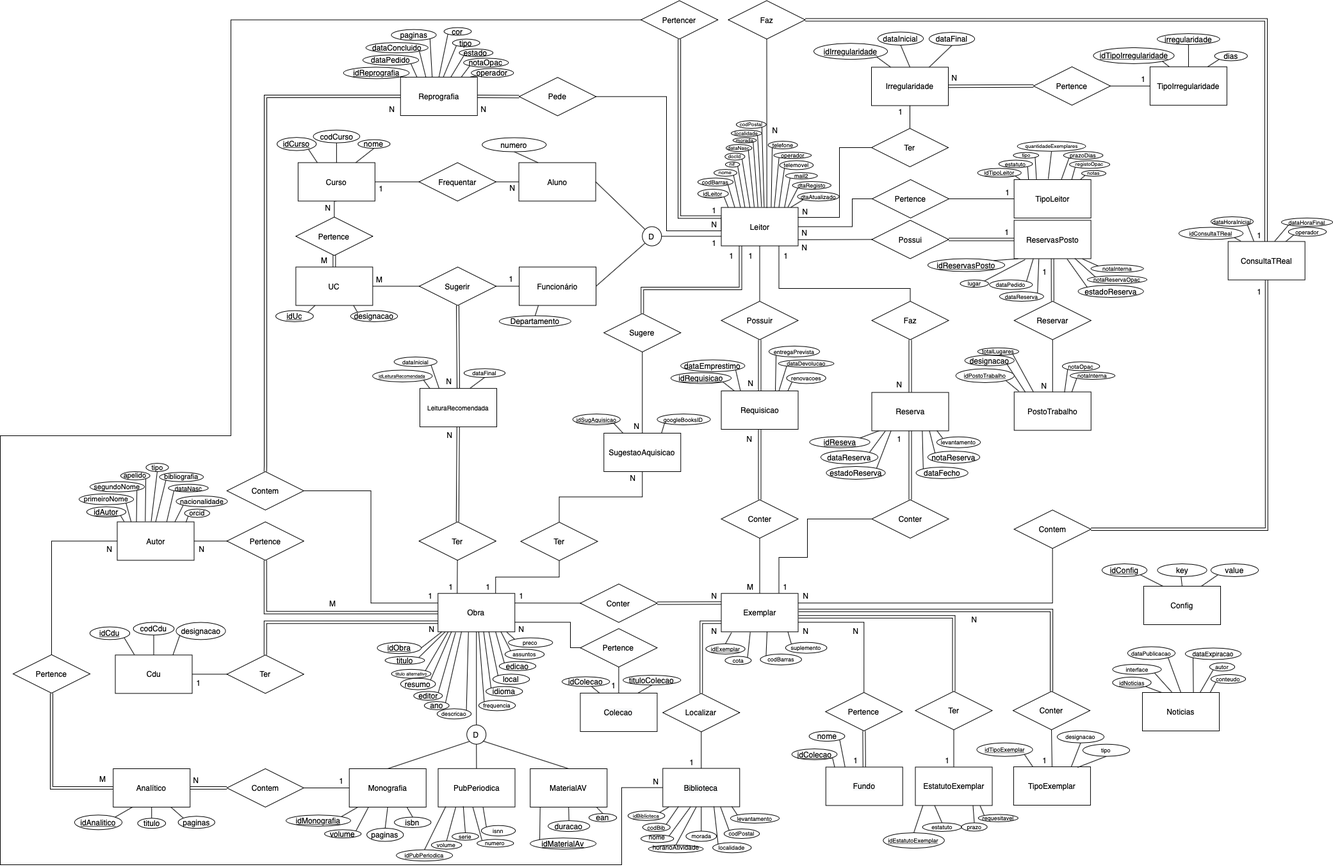
This is Documentacao/Especificacao_Sistema_Informacao/DER/DER_Saramago.png from 2180622/IPL_PSI_ProjetoFinal_SARAMAGO, a draw.io export, as it was before one commit. Source tidied: cells renumbered, new cells last; positions are measured from the earlier drawing's top-left corner, leaving out a move shared by most shapes.
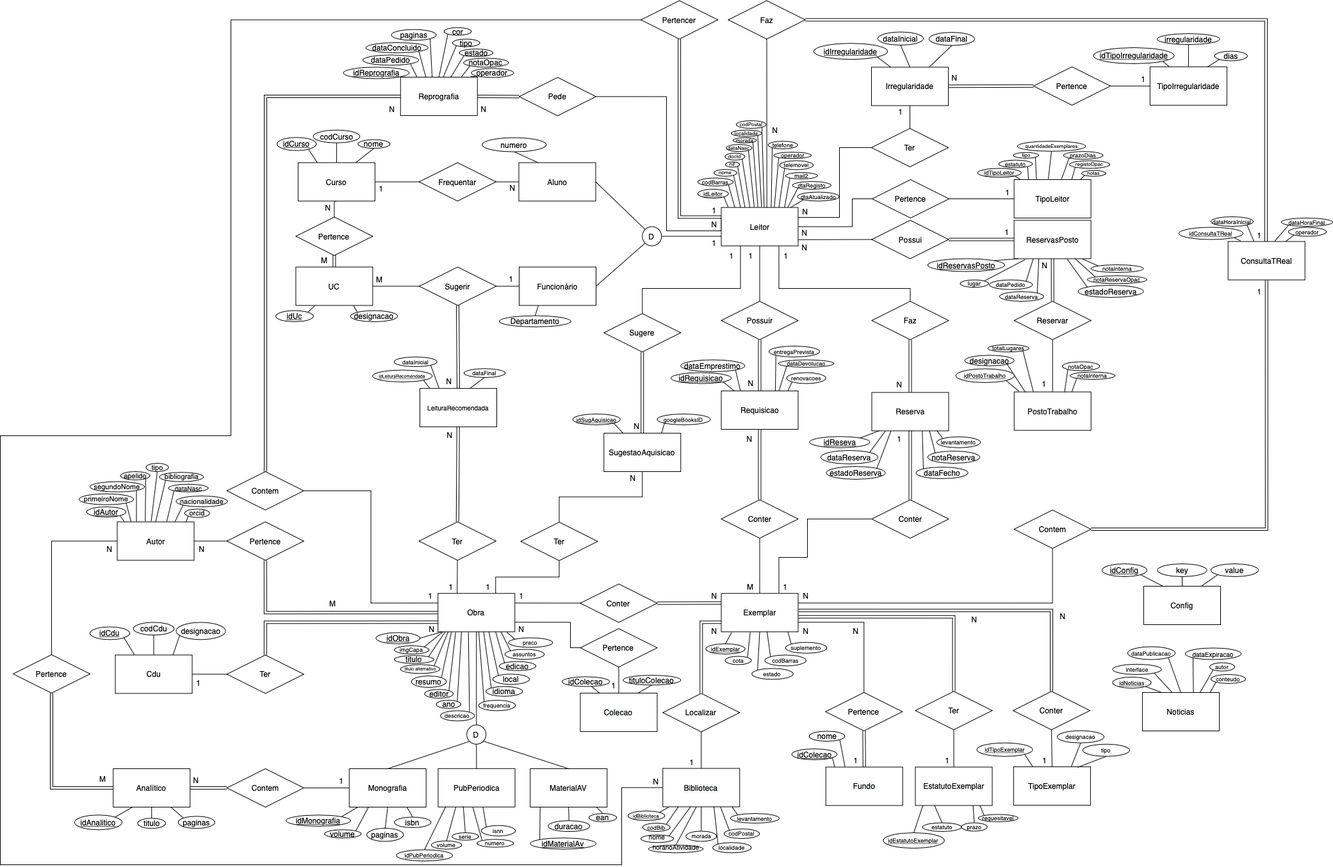
Above is the later version.

Change to the diagram source:
```diff
@@ -108,13 +108,13 @@
       <mxGeometry relative="1" as="geometry" />
     </mxCell>
     <mxCell id="28" value="idObra" style="ellipse;whiteSpace=wrap;html=1;fontStyle=4;" parent="1" vertex="1">
-      <mxGeometry x="588.5" y="1002.7" width="68.5" height="17.5" as="geometry" />
+      <mxGeometry x="586.5" y="987.4" width="68.5" height="17.5" as="geometry" />
     </mxCell>
     <mxCell id="29" style="rounded=0;jettySize=auto;html=1;endArrow=none;endFill=0;exitX=1;exitY=0;exitDx=0;exitDy=0;entryX=0.093;entryY=1.001;entryDx=0;entryDy=0;entryPerimeter=0;" parent="1" edge="1" source="30" target="26">
       <mxGeometry relative="1" as="geometry" />
     </mxCell>
     <mxCell id="30" value="titulo" style="ellipse;whiteSpace=wrap;html=1;" parent="1" vertex="1">
-      <mxGeometry x="600.8" y="1024.6" width="61.5" height="12.4" as="geometry" />
+      <mxGeometry x="615.2" y="1023.2" width="61.5" height="12.4" as="geometry" />
     </mxCell>
     <mxCell id="31" style="rounded=0;jettySize=auto;html=1;entryX=0.5;entryY=0;entryDx=0;entryDy=0;shape=link;exitX=1.006;exitY=0.442;exitDx=0;exitDy=0;exitPerimeter=0;edgeStyle=orthogonalEdgeStyle;" parent="1" edge="1" source="33" target="109">
       <mxGeometry relative="1" as="geometry" />
@@ -152,13 +152,13 @@
       <mxGeometry x="1428.5" y="1197.5" width="120" height="60" as="geometry" />
     </mxCell>
     <mxCell id="40" value="editor" style="ellipse;whiteSpace=wrap;html=1;" parent="1" vertex="1">
-      <mxGeometry x="645.5" y="1079.2" width="44.5" height="13.8" as="geometry" />
+      <mxGeometry x="662.5" y="1076.1" width="44.5" height="13.8" as="geometry" />
     </mxCell>
     <mxCell id="41" value="ano" style="ellipse;whiteSpace=wrap;html=1;" parent="1" vertex="1">
-      <mxGeometry x="662" y="1095.1" width="38.5" height="12.8" as="geometry" />
+      <mxGeometry x="680.5" y="1093" width="38.5" height="12.8" as="geometry" />
     </mxCell>
     <mxCell id="42" value="resumo" style="ellipse;whiteSpace=wrap;html=1;" parent="1" vertex="1">
-      <mxGeometry x="625" y="1058.7" width="54.2" height="18" as="geometry" />
+      <mxGeometry x="641.9" y="1055" width="54.2" height="18" as="geometry" />
     </mxCell>
     <mxCell id="43" value="assuntos" style="ellipse;whiteSpace=wrap;html=1;fontSize=9;" parent="1" vertex="1">
       <mxGeometry x="788" y="1013.5" width="61" height="15.7" as="geometry" />
@@ -334,7 +334,7 @@
       <mxGeometry x="804" y="920" width="20" height="20" as="geometry" />
     </mxCell>
     <mxCell id="100" value="codBarras" style="ellipse;whiteSpace=wrap;html=1;fontSize=9;" parent="1" vertex="1">
-      <mxGeometry x="1186.5" y="1020.9" width="64.2" height="17" as="geometry" />
+      <mxGeometry x="1193.6" y="1022.4" width="64.2" height="17" as="geometry" />
     </mxCell>
     <mxCell id="101" style="rounded=0;jettySize=auto;html=1;endArrow=none;endFill=0;entryX=0.596;entryY=0.998;entryDx=0;entryDy=0;exitX=0;exitY=0;exitDx=0;exitDy=0;entryPerimeter=0;" parent="1" edge="1" source="100" target="33">
       <mxGeometry relative="1" as="geometry" />
@@ -352,7 +352,7 @@
       <mxGeometry x="1198.8" y="220" width="45.8" height="12" as="geometry" />
     </mxCell>
     <mxCell id="106" value="titulo alternativo" style="ellipse;whiteSpace=wrap;html=1;fontSize=7;" parent="1" vertex="1">
-      <mxGeometry x="610.8" y="1044.9" width="61.5" height="13.8" as="geometry" />
+      <mxGeometry x="624.8" y="1037.4" width="61.5" height="13.8" as="geometry" />
     </mxCell>
     <mxCell id="107" value="N" style="text;html=1;strokeColor=none;fillColor=none;align=center;verticalAlign=middle;whiteSpace=wrap;rounded=0;" parent="1" vertex="1">
       <mxGeometry x="1325.5" y="975" width="20" height="20" as="geometry" />
@@ -475,7 +475,7 @@
       <mxGeometry x="692.8" y="42.6" width="42.5" height="12" as="geometry" />
     </mxCell>
     <mxCell id="147" value="descricao" style="ellipse;whiteSpace=wrap;html=1;fontSize=9;" parent="1" vertex="1">
-      <mxGeometry x="682" y="1106.3" width="53" height="16" as="geometry" />
+      <mxGeometry x="687.2" y="1109.4" width="53" height="16" as="geometry" />
     </mxCell>
     <mxCell id="148" style="rounded=0;jettySize=auto;html=1;endArrow=none;endFill=0;entryX=0.396;entryY=1.008;entryDx=0;entryDy=0;entryPerimeter=0;exitX=1;exitY=0;exitDx=0;exitDy=0;" parent="1" edge="1" source="147" target="26">
       <mxGeometry relative="1" as="geometry" />
@@ -498,7 +498,7 @@
     <mxCell id="154" style="rounded=0;jettySize=auto;html=1;fontSize=7;entryX=1;entryY=1;entryDx=0;entryDy=0;endArrow=none;endFill=0;exitX=0.25;exitY=0;exitDx=0;exitDy=0;" parent="1" edge="1" source="191" target="139">
       <mxGeometry relative="1" as="geometry" />
     </mxCell>
-    <mxCell id="155" style="rounded=0;jettySize=auto;html=1;endArrow=none;endFill=0;fontSize=8;entryX=0.5;entryY=1;entryDx=0;entryDy=0;exitX=0.5;exitY=0;exitDx=0;exitDy=0;edgeStyle=orthogonalEdgeStyle;" parent="1" edge="1" source="156" target="444">
+    <mxCell id="155" style="rounded=0;jettySize=auto;html=1;endArrow=none;endFill=0;fontSize=8;entryX=0.5;entryY=1;entryDx=0;entryDy=0;exitX=0.5;exitY=0;exitDx=0;exitDy=0;edgeStyle=orthogonalEdgeStyle;shape=link;" parent="1" edge="1" source="156" target="444">
       <mxGeometry relative="1" as="geometry" />
     </mxCell>
     <mxCell id="156" value="SugestaoAquisicao" style="rounded=0;whiteSpace=wrap;html=1;" parent="1" vertex="1">
@@ -818,9 +818,6 @@
     <mxCell id="257" style="group;" parent="1" vertex="1">
       <mxGeometry x="1640" y="510" width="327.8" height="313.9" as="geometry" />
     </mxCell>
-    <mxCell id="258" value="N" style="text;html=1;strokeColor=none;fillColor=none;align=center;verticalAlign=middle;whiteSpace=wrap;rounded=0;" parent="257" vertex="1">
-      <mxGeometry x="-19.9" y="81.5" width="20" height="20" as="geometry" />
-    </mxCell>
     <mxCell id="259" value="notaOpac" style="ellipse;whiteSpace=wrap;html=1;fontSize=9;" parent="257" vertex="1">
       <mxGeometry x="18.1" y="54.5" width="58" height="14" as="geometry" />
     </mxCell>
@@ -854,7 +851,7 @@
       <mxGeometry relative="1" as="geometry" />
     </mxCell>
     <mxCell id="269" value="1" style="text;html=1;strokeColor=none;fillColor=none;align=center;verticalAlign=middle;whiteSpace=wrap;rounded=0;" parent="1" vertex="1">
-      <mxGeometry x="1621" y="413.5" width="20" height="20" as="geometry" />
+      <mxGeometry x="1620" y="589" width="20" height="20" as="geometry" />
     </mxCell>
     <mxCell id="270" value="dataPedido" style="ellipse;whiteSpace=wrap;html=1;fontStyle=0;fontSize=9;" parent="1" vertex="1">
       <mxGeometry x="1544.2" y="436.6" width="67" height="15" as="geometry" />
@@ -1388,7 +1385,7 @@
     <mxCell id="442" value="1" style="text;html=1;strokeColor=none;fillColor=none;align=center;verticalAlign=middle;whiteSpace=wrap;rounded=0;" parent="1" vertex="1">
       <mxGeometry x="1130" y="388.5" width="24.2" height="21.5" as="geometry" />
     </mxCell>
-    <mxCell id="443" style="edgeStyle=orthogonalEdgeStyle;shape=link;rounded=0;jettySize=auto;html=1;endArrow=none;endFill=0;fontSize=9;entryX=0.25;entryY=1;entryDx=0;entryDy=0;" parent="1" edge="1" source="444" target="7">
+    <mxCell id="443" style="edgeStyle=orthogonalEdgeStyle;rounded=0;jettySize=auto;html=1;endArrow=none;endFill=0;fontSize=9;entryX=0.25;entryY=1;entryDx=0;entryDy=0;" parent="1" edge="1" source="444" target="7">
       <mxGeometry relative="1" as="geometry">
         <Array as="points">
           <mxPoint x="1002" y="450" />
@@ -1584,7 +1581,7 @@
       <mxGeometry relative="1" as="geometry" />
     </mxCell>
     <mxCell id="500" value="totalLugares" style="ellipse;whiteSpace=wrap;html=1;fontSize=9;" parent="1" vertex="1">
-      <mxGeometry x="1525.7" y="542.8" width="64.1" height="11.5" as="geometry" />
+      <mxGeometry x="1541.6" y="537.7" width="64.1" height="11.5" as="geometry" />
     </mxCell>
     <mxCell id="501" style="rounded=0;jettySize=auto;html=1;endArrow=none;endFill=0;exitX=0.25;exitY=0;exitDx=0;exitDy=0;entryX=1;entryY=1;entryDx=0;entryDy=0;" parent="1" edge="1" source="261" target="500">
       <mxGeometry relative="1" as="geometry" />
@@ -1598,5 +1595,23 @@
     <mxCell id="504" style="edgeStyle=none;rounded=0;jettySize=auto;html=1;entryX=0;entryY=0;entryDx=0;entryDy=0;endArrow=none;endFill=0;exitX=0.53;exitY=0.994;exitDx=0;exitDy=0;exitPerimeter=0;" parent="1" edge="1" source="26" target="503">
       <mxGeometry relative="1" as="geometry" />
     </mxCell>
+    <mxCell id="505" value="N" style="text;html=1;strokeColor=none;fillColor=none;align=center;verticalAlign=middle;whiteSpace=wrap;rounded=0;" parent="1" vertex="1">
+      <mxGeometry x="1649.3" y="951.5" width="20" height="20" as="geometry" />
+    </mxCell>
+    <mxCell id="258" value="N" style="text;html=1;strokeColor=none;fillColor=none;align=center;verticalAlign=middle;whiteSpace=wrap;rounded=0;" parent="1" vertex="1">
+      <mxGeometry x="1621" y="403.5" width="20" height="20" as="geometry" />
+    </mxCell>
+    <mxCell id="506" value="imgCapa" style="ellipse;whiteSpace=wrap;html=1;fontStyle=0;fontSize=9;" parent="1" vertex="1">
+      <mxGeometry x="615.2" y="1007.9" width="54" height="13" as="geometry" />
+    </mxCell>
+    <mxCell id="507" style="rounded=0;jettySize=auto;html=1;endArrow=none;endFill=0;entryX=1;entryY=0;entryDx=0;entryDy=0;exitX=0.063;exitY=1.002;exitDx=0;exitDy=0;exitPerimeter=0;" parent="1" edge="1" source="26" target="506">
+      <mxGeometry relative="1" as="geometry" />
+    </mxCell>
+    <mxCell id="508" style="rounded=0;jettySize=auto;html=1;endArrow=none;endFill=0;entryX=0.5;entryY=1;entryDx=0;entryDy=0;exitX=0;exitY=0;exitDx=0;exitDy=0;" parent="1" edge="1" source="509" target="33">
+      <mxGeometry relative="1" as="geometry" />
+    </mxCell>
+    <mxCell id="509" value="estado" style="ellipse;whiteSpace=wrap;html=1;fontSize=9;" parent="1" vertex="1">
+      <mxGeometry x="1173.4" y="1043.4" width="64.2" height="17" as="geometry" />
+    </mxCell>
   </root>
 </mxGraphModel>
```
